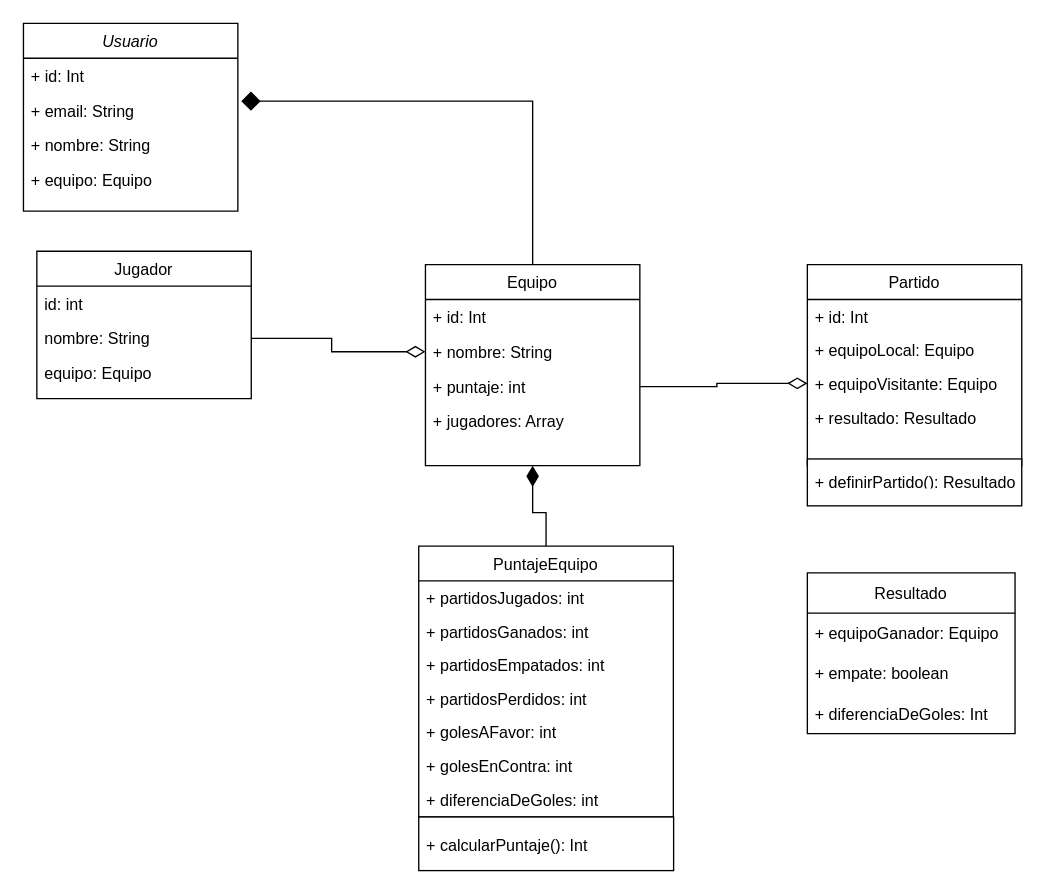
This is GranDT_Diagram.drawio from anarod13/granDT, a draw.io file, before an edit. Source tidied: cells renumbered, new cells numbered last; positions are measured from the earlier drawing's top-left corner, leaving out a move shared by most shapes. Both pictures are drawn from the tidied source at 134%, with x=0, y=0 at pixel (23, 23).
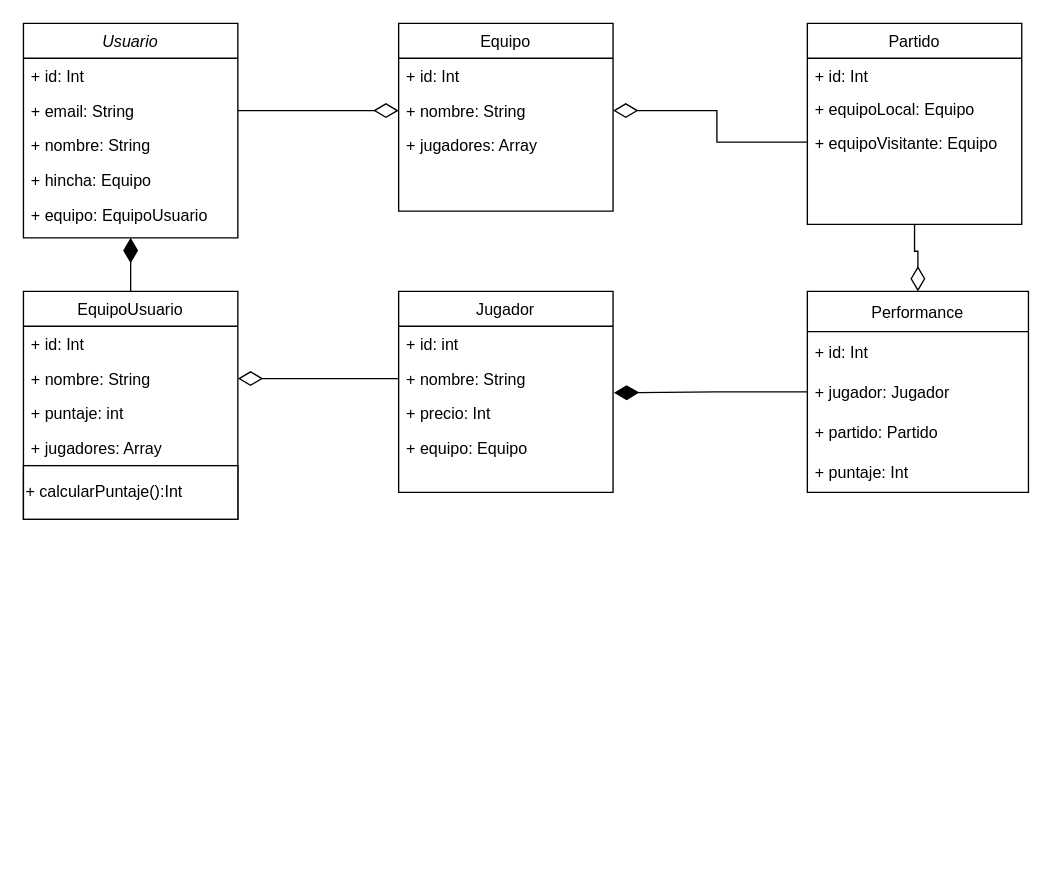
The same page after the edit.

Commit message:
Ajusto puntaje equipo

The change refers to these unchanged cells:
```xml
<mxCell id="4" value="+ email: String" style="text;align=left;verticalAlign=top;spacingLeft=4;spacingRight=4;overflow=hidden;points=[[0,0.5],[1,0.5]];portConstraint=eastwest;rounded=0;shadow=0;html=0;" parent="2" vertex="1">
  <mxGeometry y="52" width="160" height="26" as="geometry" />
</mxCell>
<mxCell id="15" value="+ nombre: String" style="text;align=left;verticalAlign=top;spacingLeft=4;spacingRight=4;overflow=hidden;points=[[0,0.5],[1,0.5]];portConstraint=eastwest;rounded=0;shadow=0;html=0;" parent="13" vertex="1">
  <mxGeometry y="52" width="160" height="26" as="geometry" />
</mxCell>
<mxCell id="16" value="+ puntaje: int" style="text;align=left;verticalAlign=top;spacingLeft=4;spacingRight=4;overflow=hidden;points=[[0,0.5],[1,0.5]];portConstraint=eastwest;rounded=0;shadow=0;html=0;" parent="13" vertex="1">
  <mxGeometry y="78" width="160" height="26" as="geometry" />
</mxCell>
<mxCell id="35" value="+ equipoVisitante: Equipo" style="text;align=left;verticalAlign=top;spacingLeft=4;spacingRight=4;overflow=hidden;points=[[0,0.5],[1,0.5]];portConstraint=eastwest;" parent="32" vertex="1">
  <mxGeometry y="76.1" width="160" height="25" as="geometry" />
</mxCell>
```

The edit, as a diff of the source:
```diff
@@
     <mxCell id="2" value="Usuario" style="swimlane;fontStyle=2;align=center;verticalAlign=top;horizontal=1;startSize=26;rounded=0;shadow=0;strokeWidth=1;" parent="1" vertex="1">
-      <mxGeometry width="160" height="140" as="geometry" />
+      <mxGeometry width="160" height="160" as="geometry" />
     </mxCell>
@@
-    <mxCell id="6" value="+ equipo: Equipo" style="text;align=left;verticalAlign=top;spacingLeft=4;spacingRight=4;overflow=hidden;" parent="2" vertex="1">
+    <mxCell id="6" value="+ hincha: Equipo" style="text;align=left;verticalAlign=top;spacingLeft=4;spacingRight=4;overflow=hidden;" parent="2" vertex="1">
       <mxGeometry y="104" width="160" height="26" as="geometry" />
     </mxCell>
+    <mxCell id="45" value="+ equipo: EquipoUsuario" style="text;align=left;verticalAlign=top;spacingLeft=4;spacingRight=4;overflow=hidden;" parent="2" vertex="1">
+      <mxGeometry y="130" width="160" height="26" as="geometry" />
+    </mxCell>
     <mxCell id="7" value="Jugador" style="swimlane;fontStyle=0;align=center;verticalAlign=top;horizontal=1;startSize=26;rounded=0;shadow=0;strokeWidth=1;" parent="1" vertex="1">
-      <mxGeometry x="10" y="170" width="160" height="110" as="geometry" />
+      <mxGeometry x="280" y="200" width="160" height="150" as="geometry" />
     </mxCell>
-    <mxCell id="8" value="id: int" style="text;align=left;verticalAlign=top;spacingLeft=4;spacingRight=4;overflow=hidden;" parent="7" vertex="1">
+    <mxCell id="8" value="+ id: int" style="text;align=left;verticalAlign=top;spacingLeft=4;spacingRight=4;overflow=hidden;" parent="7" vertex="1">
       <mxGeometry y="26" width="160" height="26" as="geometry" />
     </mxCell>
-    <mxCell id="9" value="nombre: String" style="text;align=left;verticalAlign=top;spacingLeft=4;spacingRight=4;overflow=hidden;points=[[0,0.5],[1,0.5]];portConstraint=eastwest;rounded=0;shadow=0;html=0;" parent="7" vertex="1">
+    <mxCell id="9" value="+ nombre: String" style="text;align=left;verticalAlign=top;spacingLeft=4;spacingRight=4;overflow=hidden;points=[[0,0.5],[1,0.5]];portConstraint=eastwest;rounded=0;shadow=0;html=0;" parent="7" vertex="1">
       <mxGeometry y="52" width="160" height="26" as="geometry" />
     </mxCell>
+    <mxCell id="46" value="+ precio: Int" style="text;align=left;verticalAlign=top;spacingLeft=4;spacingRight=4;overflow=hidden;rounded=0;shadow=0;html=0;" parent="7" vertex="1">
+      <mxGeometry y="78" width="160" height="26" as="geometry" />
+    </mxCell>
-    <mxCell id="10" value="equipo: Equipo" style="text;align=left;verticalAlign=top;spacingLeft=4;spacingRight=4;overflow=hidden;rounded=0;shadow=0;html=0;" parent="7" vertex="1">
-      <mxGeometry y="78" width="160" height="26" as="geometry" />
+    <mxCell id="10" value="+ equipo: Equipo" style="text;align=left;verticalAlign=top;spacingLeft=4;spacingRight=4;overflow=hidden;rounded=0;shadow=0;html=0;" parent="7" vertex="1">
+      <mxGeometry y="104" width="160" height="26" as="geometry" />
     </mxCell>
-    <mxCell id="11" style="rounded=0;jettySize=auto;html=1;exitX=0.5;exitY=0;exitDx=0;exitDy=0;entryX=0.5;entryY=1;entryDx=0;entryDy=0;endArrow=diamondThin;endFill=1;strokeWidth=1;endSize=13;edgeStyle=orthogonalEdgeStyle;" parent="1" edge="1" source="19" target="13">
-      <mxGeometry relative="1" as="geometry" />
-    </mxCell>
-    <mxCell id="12" style="edgeStyle=orthogonalEdgeStyle;rounded=0;jettySize=auto;html=1;entryX=1.016;entryY=0.231;entryDx=0;entryDy=0;entryPerimeter=0;endArrow=diamond;endFill=1;endSize=12;strokeWidth=1;" parent="1" edge="1" source="13" target="4">
-      <mxGeometry relative="1" as="geometry" />
-    </mxCell>
+    <mxCell id="47" style="edgeStyle=orthogonalEdgeStyle;rounded=0;jettySize=auto;html=1;exitX=0.5;exitY=0;exitDx=0;exitDy=0;entryX=0.5;entryY=1;entryDx=0;entryDy=0;endArrow=diamondThin;endFill=1;endSize=16;" parent="1" edge="1" source="13" target="2">
+      <mxGeometry relative="1" as="geometry" />
+    </mxCell>
-    <mxCell id="13" value="Equipo" style="swimlane;fontStyle=0;align=center;verticalAlign=top;horizontal=1;startSize=26;rounded=0;shadow=0;strokeWidth=1;" parent="1" vertex="1">
-      <mxGeometry x="300" y="180" width="160" height="150" as="geometry" />
+    <mxCell id="13" value="EquipoUsuario" style="swimlane;fontStyle=0;align=center;verticalAlign=top;horizontal=1;startSize=26;rounded=0;shadow=0;strokeWidth=1;" parent="1" vertex="1">
+      <mxGeometry y="200" width="160" height="170" as="geometry" />
     </mxCell>
@@
-    <mxCell id="18" style="group;" parent="1" vertex="1">
-      <mxGeometry x="250" y="380" width="260" height="260" as="geometry" />
-    </mxCell>
-    <mxCell id="19" value="PuntajeEquipo" style="swimlane;fontStyle=0;align=center;verticalAlign=top;horizontal=1;startSize=26;rounded=0;shadow=0;strokeWidth=1;" parent="18" vertex="1">
-      <mxGeometry x="45" y="10" width="190" height="202.2" as="geometry" />
-    </mxCell>
-    <mxCell id="20" value="+ partidosJugados: int" style="text;align=left;verticalAlign=top;spacingLeft=4;spacingRight=4;overflow=hidden;" parent="19" vertex="1">
-      <mxGeometry y="26" width="190" height="25" as="geometry" />
-    </mxCell>
-    <mxCell id="21" value="+ partidosGanados: int" style="text;align=left;verticalAlign=top;spacingLeft=4;spacingRight=4;overflow=hidden;" parent="19" vertex="1">
-      <mxGeometry y="51" width="190" height="25" as="geometry" />
-    </mxCell>
-    <mxCell id="22" value="+ partidosEmpatados: int" style="text;align=left;verticalAlign=top;spacingLeft=4;spacingRight=4;overflow=hidden;" parent="19" vertex="1">
-      <mxGeometry y="76.1" width="190" height="25" as="geometry" />
-    </mxCell>
-    <mxCell id="23" value="+ partidosPerdidos: int" style="text;align=left;verticalAlign=top;spacingLeft=4;spacingRight=4;overflow=hidden;" parent="19" vertex="1">
-      <mxGeometry y="101.1" width="190" height="25" as="geometry" />
-    </mxCell>
-    <mxCell id="24" value="+ golesAFavor: int" style="text;align=left;verticalAlign=top;spacingLeft=4;spacingRight=4;overflow=hidden;" parent="19" vertex="1">
-      <mxGeometry y="126.1" width="190" height="25" as="geometry" />
-    </mxCell>
-    <mxCell id="25" value="+ golesEnContra: int" style="text;align=left;verticalAlign=top;spacingLeft=4;spacingRight=4;overflow=hidden;" parent="19" vertex="1">
-      <mxGeometry y="151.2" width="190" height="25" as="geometry" />
-    </mxCell>
-    <mxCell id="26" value="+ diferenciaDeGoles: int" style="text;align=left;verticalAlign=top;spacingLeft=4;spacingRight=4;overflow=hidden;" parent="19" vertex="1">
-      <mxGeometry y="176.2" width="190" height="25" as="geometry" />
-    </mxCell>
-    <mxCell id="27" style="group;" parent="18" vertex="1">
-      <mxGeometry x="45" y="212.2" width="208" height="40" as="geometry" />
-    </mxCell>
-    <mxCell id="28" style="rounded=0;whiteSpace=wrap;html=1;" parent="27" vertex="1">
-      <mxGeometry width="190.2" height="40" as="geometry" />
-    </mxCell>
-    <mxCell id="29" value="+ calcularPuntaje(): Int" style="text;align=left;verticalAlign=top;spacingLeft=4;spacingRight=4;overflow=hidden;" parent="27" vertex="1">
-      <mxGeometry y="7.8" width="208" height="25" as="geometry" />
-    </mxCell>
-    <mxCell id="30" style="edgeStyle=orthogonalEdgeStyle;rounded=0;jettySize=auto;html=1;exitX=1;exitY=0.5;exitDx=0;exitDy=0;entryX=0;entryY=0.5;entryDx=0;entryDy=0;endArrow=diamondThin;endFill=0;strokeWidth=1;endSize=12;" parent="1" edge="1" source="9" target="15">
-      <mxGeometry relative="1" as="geometry" />
-    </mxCell>
-    <mxCell id="31" style="group;" parent="1" vertex="1">
-      <mxGeometry x="540" y="170" width="205" height="360" as="geometry" />
-    </mxCell>
+    <mxCell id="48" value="&lt;div align=&quot;left&quot;&gt;+ calcularPuntaje():Int&lt;br&gt;&lt;/div&gt;" style="rounded=0;whiteSpace=wrap;html=1;align=left;" parent="13" vertex="1">
+      <mxGeometry y="130" width="160" height="40" as="geometry" />
+    </mxCell>
+    <mxCell id="49" value="Equipo" style="swimlane;fontStyle=0;align=center;verticalAlign=top;horizontal=1;startSize=26;rounded=0;shadow=0;strokeWidth=1;" parent="1" vertex="1">
+      <mxGeometry x="280" width="160" height="140" as="geometry" />
+    </mxCell>
+    <mxCell id="50" value="+ id: Int" style="text;align=left;verticalAlign=top;spacingLeft=4;spacingRight=4;overflow=hidden;" parent="49" vertex="1">
+      <mxGeometry y="26" width="160" height="26" as="geometry" />
+    </mxCell>
+    <mxCell id="51" value="+ nombre: String" style="text;align=left;verticalAlign=top;spacingLeft=4;spacingRight=4;overflow=hidden;points=[[0,0.5],[1,0.5]];portConstraint=eastwest;rounded=0;shadow=0;html=0;" parent="49" vertex="1">
+      <mxGeometry y="52" width="160" height="26" as="geometry" />
+    </mxCell>
+    <mxCell id="52" value="+ jugadores: Array" style="text;align=left;verticalAlign=top;spacingLeft=4;spacingRight=4;overflow=hidden;rounded=0;shadow=0;html=0;" parent="49" vertex="1">
+      <mxGeometry y="78" width="160" height="26" as="geometry" />
+    </mxCell>
+    <mxCell id="53" style="edgeStyle=orthogonalEdgeStyle;rounded=0;jettySize=auto;html=1;exitX=0.5;exitY=1;exitDx=0;exitDy=0;entryX=0.5;entryY=0;entryDx=0;entryDy=0;endArrow=diamondThin;endFill=0;endSize=16;" parent="1" edge="1" source="32" target="40">
+      <mxGeometry relative="1" as="geometry" />
+    </mxCell>
-    <mxCell id="32" value="Partido" style="swimlane;fontStyle=0;align=center;verticalAlign=top;horizontal=1;startSize=26;rounded=0;shadow=0;strokeWidth=1;" parent="31" vertex="1">
-      <mxGeometry x="45" y="10" width="160" height="150" as="geometry" />
+    <mxCell id="32" value="Partido" style="swimlane;fontStyle=0;align=center;verticalAlign=top;horizontal=1;startSize=26;rounded=0;shadow=0;strokeWidth=1;" parent="1" vertex="1">
+      <mxGeometry x="585" width="160" height="150" as="geometry" />
     </mxCell>
@@
-    <mxCell id="36" value="+ resultado: Resultado" style="text;align=left;verticalAlign=top;spacingLeft=4;spacingRight=4;overflow=hidden;" parent="32" vertex="1">
-      <mxGeometry y="101.1" width="160" height="25" as="geometry" />
-    </mxCell>
-    <mxCell id="37" style="group;" parent="31" vertex="1">
-      <mxGeometry y="150" width="205" height="40" as="geometry" />
-    </mxCell>
-    <mxCell id="38" style="rounded=0;whiteSpace=wrap;html=1;" parent="37" vertex="1">
-      <mxGeometry x="45" y="5" width="160" height="35" as="geometry" />
-    </mxCell>
-    <mxCell id="39" value="+ definirPartido(): Resultado" style="text;align=left;verticalAlign=top;spacingLeft=4;spacingRight=4;overflow=hidden;" parent="37" vertex="1">
-      <mxGeometry x="45" y="8.9" width="160" height="12.5" as="geometry" />
-    </mxCell>
-    <mxCell id="40" value="Resultado" style="swimlane;fontStyle=0;horizontal=1;startSize=30;" parent="31" vertex="1">
-      <mxGeometry x="45" y="240" width="155" height="120" as="geometry" />
+    <mxCell id="40" value="Performance" style="swimlane;fontStyle=0;horizontal=1;startSize=30;" parent="1" vertex="1">
+      <mxGeometry x="585" y="200" width="165" height="150" as="geometry" />
     </mxCell>
-    <mxCell id="41" value="+ equipoGanador: Equipo" style="text;strokeColor=none;fillColor=none;align=left;verticalAlign=middle;spacingLeft=4;spacingRight=4;overflow=hidden;" parent="40" vertex="1">
-      <mxGeometry y="30" width="155" height="30" as="geometry" />
+    <mxCell id="41" value="+ id: Int" style="text;strokeColor=none;fillColor=none;align=left;verticalAlign=middle;spacingLeft=4;spacingRight=4;overflow=hidden;" parent="40" vertex="1">
+      <mxGeometry y="30" width="165" height="30" as="geometry" />
     </mxCell>
-    <mxCell id="42" value="+ empate: boolean" style="text;strokeColor=none;fillColor=none;align=left;verticalAlign=middle;spacingLeft=4;spacingRight=4;overflow=hidden;points=[[0,0.5],[1,0.5]];portConstraint=eastwest;" parent="40" vertex="1">
-      <mxGeometry y="60" width="155" height="30" as="geometry" />
+    <mxCell id="42" value="+ jugador: Jugador" style="text;strokeColor=none;fillColor=none;align=left;verticalAlign=middle;spacingLeft=4;spacingRight=4;overflow=hidden;points=[[0,0.5],[1,0.5]];portConstraint=eastwest;" parent="40" vertex="1">
+      <mxGeometry y="60" width="165" height="30" as="geometry" />
     </mxCell>
-    <mxCell id="43" value="+ diferenciaDeGoles: Int" style="text;strokeColor=none;fillColor=none;align=left;verticalAlign=middle;spacingLeft=4;spacingRight=4;overflow=hidden;" parent="40" vertex="1">
-      <mxGeometry y="90" width="155" height="30" as="geometry" />
+    <mxCell id="43" value="+ partido: Partido" style="text;strokeColor=none;fillColor=none;align=left;verticalAlign=middle;spacingLeft=4;spacingRight=4;overflow=hidden;" parent="40" vertex="1">
+      <mxGeometry y="90" width="165" height="30" as="geometry" />
     </mxCell>
-    <mxCell id="44" style="rounded=0;jettySize=auto;html=1;endArrow=diamondThin;endFill=0;endSize=12;strokeWidth=1;entryX=0;entryY=0.5;entryDx=0;entryDy=0;edgeStyle=orthogonalEdgeStyle;" parent="1" edge="1" source="16" target="35">
-      <mxGeometry relative="1" as="geometry" />
-    </mxCell>
+    <mxCell id="54" value="+ puntaje: Int" style="text;strokeColor=none;fillColor=none;align=left;verticalAlign=middle;spacingLeft=4;spacingRight=4;overflow=hidden;" parent="40" vertex="1">
+      <mxGeometry y="120" width="165" height="30" as="geometry" />
+    </mxCell>
+    <mxCell id="55" style="edgeStyle=orthogonalEdgeStyle;rounded=0;jettySize=auto;html=1;entryX=0;entryY=0.5;entryDx=0;entryDy=0;endArrow=diamondThin;endFill=0;endSize=16;" parent="1" edge="1" source="4" target="51">
+      <mxGeometry relative="1" as="geometry" />
+    </mxCell>
+    <mxCell id="56" style="edgeStyle=orthogonalEdgeStyle;rounded=0;jettySize=auto;html=1;exitX=0;exitY=0.5;exitDx=0;exitDy=0;endArrow=diamondThin;endFill=1;endSize=16;entryX=1.004;entryY=0.908;entryDx=0;entryDy=0;entryPerimeter=0;" parent="1" edge="1" source="42" target="9">
+      <mxGeometry relative="1" as="geometry" />
+    </mxCell>
+    <mxCell id="30" style="edgeStyle=orthogonalEdgeStyle;rounded=0;jettySize=auto;html=1;exitX=0;exitY=0.5;exitDx=0;exitDy=0;entryX=1;entryY=0.5;entryDx=0;entryDy=0;endArrow=diamondThin;endFill=0;endSize=16;" parent="1" edge="1" source="9" target="15">
+      <mxGeometry relative="1" as="geometry" />
+    </mxCell>
+    <mxCell id="57" style="edgeStyle=orthogonalEdgeStyle;rounded=0;jettySize=auto;html=1;exitX=0;exitY=0.5;exitDx=0;exitDy=0;entryX=1;entryY=0.5;entryDx=0;entryDy=0;endArrow=diamondThin;endFill=0;endSize=16;" parent="1" edge="1" source="35" target="51">
+      <mxGeometry relative="1" as="geometry" />
+    </mxCell>
```
